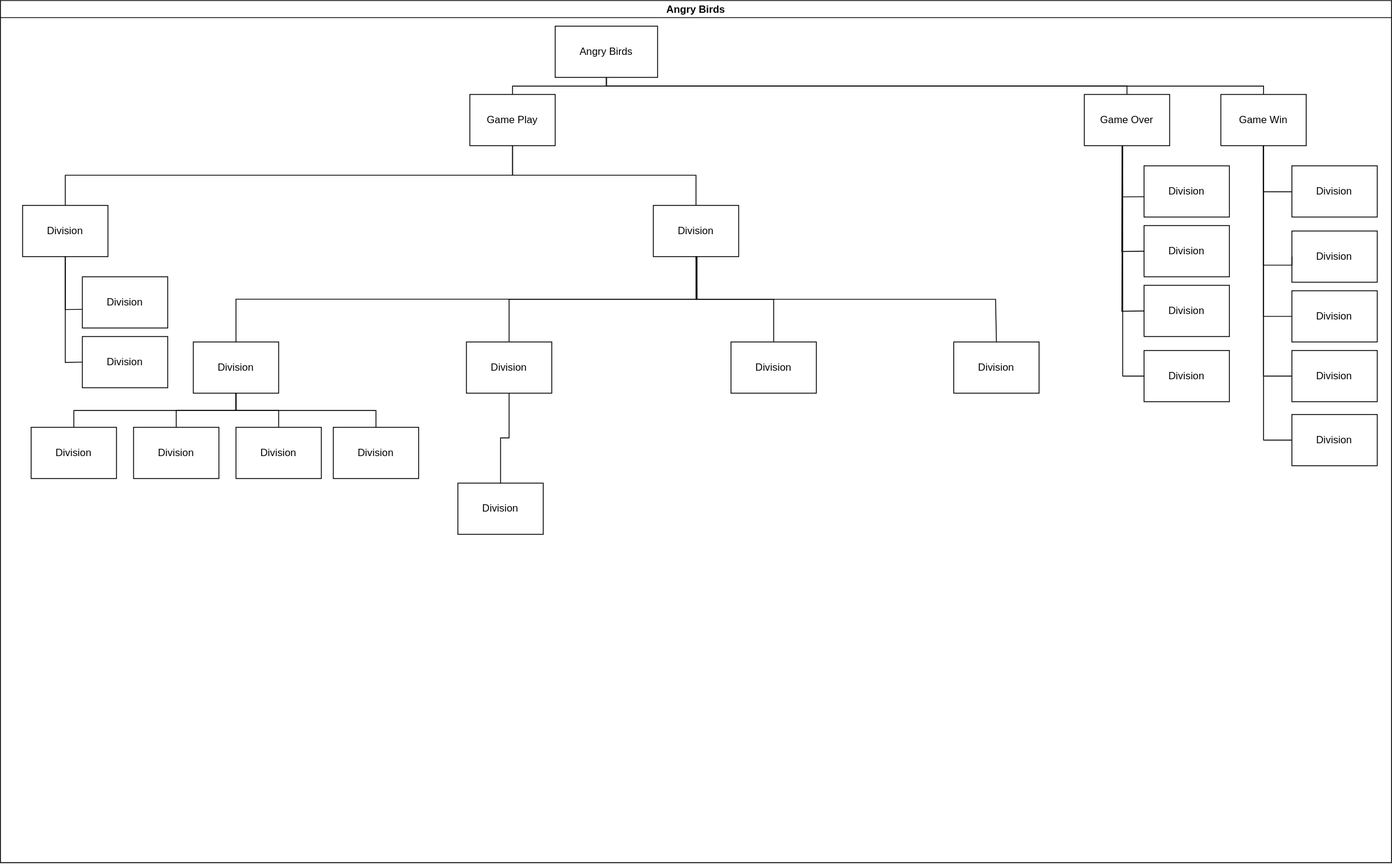
Earlier version of the draw.io export Main-Structure.drawio.svg (king525dev/AngryBirds-NEA). Source tidied: cells renumbered, new cells last; positions are measured from the earlier drawing's top-left corner, leaving out a move shared by most shapes.
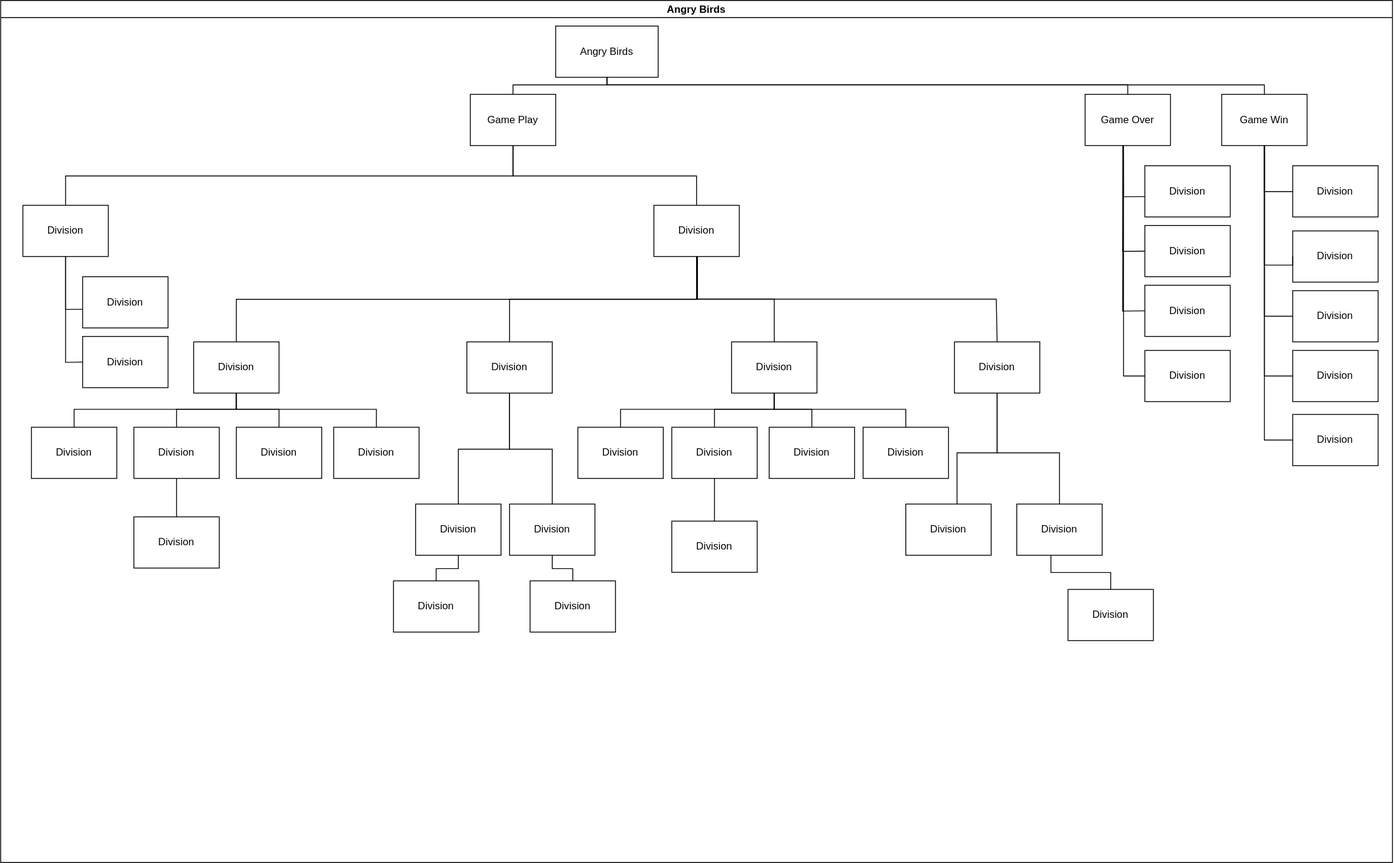
Above is the later version.

What changed in the source:
```diff
@@ -221,10 +221,94 @@
       <mxGeometry relative="1" as="geometry" />
     </mxCell>
     <mxCell id="53" value="Division" style="whiteSpace=wrap;html=1;align=center;verticalAlign=middle;newEdgeStyle={&quot;edgeStyle&quot;:&quot;elbowEdgeStyle&quot;,&quot;startArrow&quot;:&quot;none&quot;,&quot;endArrow&quot;:&quot;none&quot;};" parent="2" vertex="1">
-      <mxGeometry x="536" y="565.4" width="100" height="60" as="geometry" />
+      <mxGeometry x="486" y="590" width="100" height="60" as="geometry" />
     </mxCell>
     <mxCell id="54" style="edgeStyle=elbowEdgeStyle;elbow=vertical;sourcePerimeterSpacing=0;targetPerimeterSpacing=0;startArrow=none;endArrow=none;rounded=0;curved=0;exitX=0.5;exitY=1;exitDx=0;exitDy=0;" parent="2" edge="1" source="40" target="53">
       <mxGeometry relative="1" as="geometry" />
     </mxCell>
+    <mxCell id="55" value="Division" style="whiteSpace=wrap;html=1;align=center;verticalAlign=middle;newEdgeStyle={&quot;edgeStyle&quot;:&quot;elbowEdgeStyle&quot;,&quot;startArrow&quot;:&quot;none&quot;,&quot;endArrow&quot;:&quot;none&quot;};" parent="2" vertex="1">
+      <mxGeometry x="596" y="590" width="100" height="60" as="geometry" />
+    </mxCell>
+    <mxCell id="56" style="edgeStyle=elbowEdgeStyle;elbow=vertical;sourcePerimeterSpacing=0;targetPerimeterSpacing=0;startArrow=none;endArrow=none;rounded=0;curved=0;exitX=0.5;exitY=1;exitDx=0;exitDy=0;" parent="2" edge="1" source="40" target="55">
+      <mxGeometry relative="1" as="geometry" />
+    </mxCell>
+    <mxCell id="57" value="Division" style="whiteSpace=wrap;html=1;align=center;verticalAlign=middle;newEdgeStyle={&quot;edgeStyle&quot;:&quot;elbowEdgeStyle&quot;,&quot;startArrow&quot;:&quot;none&quot;,&quot;endArrow&quot;:&quot;none&quot;};" parent="2" vertex="1">
+      <mxGeometry x="676" y="500" width="100" height="60" as="geometry" />
+    </mxCell>
+    <mxCell id="58" style="edgeStyle=elbowEdgeStyle;elbow=vertical;sourcePerimeterSpacing=0;targetPerimeterSpacing=0;startArrow=none;endArrow=none;rounded=0;curved=0;exitX=0.5;exitY=1;exitDx=0;exitDy=0;" parent="2" edge="1" source="39" target="57">
+      <mxGeometry relative="1" as="geometry" />
+    </mxCell>
+    <mxCell id="59" value="Division" style="whiteSpace=wrap;html=1;align=center;verticalAlign=middle;newEdgeStyle={&quot;edgeStyle&quot;:&quot;elbowEdgeStyle&quot;,&quot;startArrow&quot;:&quot;none&quot;,&quot;endArrow&quot;:&quot;none&quot;};" parent="2" vertex="1">
+      <mxGeometry x="786" y="500" width="100" height="60" as="geometry" />
+    </mxCell>
+    <mxCell id="60" style="edgeStyle=elbowEdgeStyle;elbow=vertical;sourcePerimeterSpacing=0;targetPerimeterSpacing=0;startArrow=none;endArrow=none;rounded=0;curved=0;exitX=0.5;exitY=1;exitDx=0;exitDy=0;" parent="2" edge="1" source="39" target="59">
+      <mxGeometry relative="1" as="geometry" />
+    </mxCell>
+    <mxCell id="61" value="Division" style="whiteSpace=wrap;html=1;align=center;verticalAlign=middle;newEdgeStyle={&quot;edgeStyle&quot;:&quot;elbowEdgeStyle&quot;,&quot;startArrow&quot;:&quot;none&quot;,&quot;endArrow&quot;:&quot;none&quot;};" parent="2" vertex="1">
+      <mxGeometry x="900" y="500" width="100" height="60" as="geometry" />
+    </mxCell>
+    <mxCell id="62" style="edgeStyle=elbowEdgeStyle;elbow=vertical;sourcePerimeterSpacing=0;targetPerimeterSpacing=0;startArrow=none;endArrow=none;rounded=0;curved=0;exitX=0.5;exitY=1;exitDx=0;exitDy=0;" parent="2" edge="1" source="39" target="61">
+      <mxGeometry relative="1" as="geometry" />
+    </mxCell>
+    <mxCell id="63" value="Division" style="whiteSpace=wrap;html=1;align=center;verticalAlign=middle;newEdgeStyle={&quot;edgeStyle&quot;:&quot;elbowEdgeStyle&quot;,&quot;startArrow&quot;:&quot;none&quot;,&quot;endArrow&quot;:&quot;none&quot;};" parent="2" vertex="1">
+      <mxGeometry x="1010" y="500" width="100" height="60" as="geometry" />
+    </mxCell>
+    <mxCell id="64" style="edgeStyle=elbowEdgeStyle;elbow=vertical;sourcePerimeterSpacing=0;targetPerimeterSpacing=0;startArrow=none;endArrow=none;rounded=0;curved=0;exitX=0.5;exitY=1;exitDx=0;exitDy=0;" parent="2" edge="1" source="39" target="63">
+      <mxGeometry relative="1" as="geometry" />
+    </mxCell>
+    <mxCell id="65" value="Division" style="whiteSpace=wrap;html=1;align=center;verticalAlign=middle;newEdgeStyle={&quot;edgeStyle&quot;:&quot;elbowEdgeStyle&quot;,&quot;startArrow&quot;:&quot;none&quot;,&quot;endArrow&quot;:&quot;none&quot;};" parent="2" vertex="1">
+      <mxGeometry x="1060" y="590" width="100" height="60" as="geometry" />
+    </mxCell>
+    <mxCell id="66" style="edgeStyle=elbowEdgeStyle;elbow=vertical;sourcePerimeterSpacing=0;targetPerimeterSpacing=0;startArrow=none;endArrow=none;rounded=0;curved=0;" parent="2" edge="1" target="65">
+      <mxGeometry relative="1" as="geometry">
+        <mxPoint x="1167" y="460" as="sourcePoint" />
+        <Array as="points">
+          <mxPoint x="1120" y="530" />
+        </Array>
+      </mxGeometry>
+    </mxCell>
+    <mxCell id="67" value="Division" style="whiteSpace=wrap;html=1;align=center;verticalAlign=middle;newEdgeStyle={&quot;edgeStyle&quot;:&quot;elbowEdgeStyle&quot;,&quot;startArrow&quot;:&quot;none&quot;,&quot;endArrow&quot;:&quot;none&quot;};" parent="2" vertex="1">
+      <mxGeometry x="1190" y="590" width="100" height="60" as="geometry" />
+    </mxCell>
+    <mxCell id="68" value="Division" style="whiteSpace=wrap;html=1;align=center;verticalAlign=middle;newEdgeStyle={&quot;edgeStyle&quot;:&quot;elbowEdgeStyle&quot;,&quot;startArrow&quot;:&quot;none&quot;,&quot;endArrow&quot;:&quot;none&quot;};" parent="2" vertex="1">
+      <mxGeometry x="156" y="605" width="100" height="60" as="geometry" />
+    </mxCell>
+    <mxCell id="69" style="edgeStyle=elbowEdgeStyle;elbow=vertical;sourcePerimeterSpacing=0;targetPerimeterSpacing=0;startArrow=none;endArrow=none;rounded=0;curved=0;exitX=0.5;exitY=1;exitDx=0;exitDy=0;" parent="2" edge="1" source="47" target="68">
+      <mxGeometry relative="1" as="geometry" />
+    </mxCell>
+    <mxCell id="70" value="Division" style="whiteSpace=wrap;html=1;align=center;verticalAlign=middle;newEdgeStyle={&quot;edgeStyle&quot;:&quot;elbowEdgeStyle&quot;,&quot;startArrow&quot;:&quot;none&quot;,&quot;endArrow&quot;:&quot;none&quot;};" parent="2" vertex="1">
+      <mxGeometry x="460" y="680" width="100" height="60" as="geometry" />
+    </mxCell>
+    <mxCell id="71" style="edgeStyle=elbowEdgeStyle;elbow=vertical;sourcePerimeterSpacing=0;targetPerimeterSpacing=0;startArrow=none;endArrow=none;rounded=0;curved=0;exitX=0.5;exitY=1;exitDx=0;exitDy=0;" parent="2" edge="1" source="53" target="70">
+      <mxGeometry relative="1" as="geometry" />
+    </mxCell>
+    <mxCell id="72" value="Division" style="whiteSpace=wrap;html=1;align=center;verticalAlign=middle;newEdgeStyle={&quot;edgeStyle&quot;:&quot;elbowEdgeStyle&quot;,&quot;startArrow&quot;:&quot;none&quot;,&quot;endArrow&quot;:&quot;none&quot;};" parent="2" vertex="1">
+      <mxGeometry x="620" y="680" width="100" height="60" as="geometry" />
+    </mxCell>
+    <mxCell id="73" style="edgeStyle=elbowEdgeStyle;elbow=vertical;sourcePerimeterSpacing=0;targetPerimeterSpacing=0;startArrow=none;endArrow=none;rounded=0;curved=0;exitX=0.5;exitY=1;exitDx=0;exitDy=0;" parent="2" edge="1" source="55" target="72">
+      <mxGeometry relative="1" as="geometry" />
+    </mxCell>
+    <mxCell id="74" value="Division" style="whiteSpace=wrap;html=1;align=center;verticalAlign=middle;newEdgeStyle={&quot;edgeStyle&quot;:&quot;elbowEdgeStyle&quot;,&quot;startArrow&quot;:&quot;none&quot;,&quot;endArrow&quot;:&quot;none&quot;};" parent="2" vertex="1">
+      <mxGeometry x="786" y="610" width="100" height="60" as="geometry" />
+    </mxCell>
+    <mxCell id="75" style="edgeStyle=elbowEdgeStyle;elbow=vertical;sourcePerimeterSpacing=0;targetPerimeterSpacing=0;startArrow=none;endArrow=none;rounded=0;curved=0;exitX=0.5;exitY=1;exitDx=0;exitDy=0;" parent="2" edge="1" source="59" target="74">
+      <mxGeometry relative="1" as="geometry" />
+    </mxCell>
+    <mxCell id="76" value="Division" style="whiteSpace=wrap;html=1;align=center;verticalAlign=middle;newEdgeStyle={&quot;edgeStyle&quot;:&quot;elbowEdgeStyle&quot;,&quot;startArrow&quot;:&quot;none&quot;,&quot;endArrow&quot;:&quot;none&quot;};" parent="2" vertex="1">
+      <mxGeometry x="1250" y="690" width="100" height="60" as="geometry" />
+    </mxCell>
+    <mxCell id="77" style="edgeStyle=elbowEdgeStyle;elbow=vertical;sourcePerimeterSpacing=0;targetPerimeterSpacing=0;startArrow=none;endArrow=none;rounded=0;curved=0;" parent="2" edge="1" target="76">
+      <mxGeometry relative="1" as="geometry">
+        <mxPoint x="1230" y="650" as="sourcePoint" />
+      </mxGeometry>
+    </mxCell>
+    <mxCell id="78" style="edgeStyle=elbowEdgeStyle;elbow=vertical;sourcePerimeterSpacing=0;targetPerimeterSpacing=0;startArrow=none;endArrow=none;rounded=0;curved=0;" parent="1" edge="1" target="67">
+      <mxGeometry relative="1" as="geometry">
+        <mxPoint x="1167" y="460" as="sourcePoint" />
+        <Array as="points">
+          <mxPoint x="1120" y="530" />
+        </Array>
+      </mxGeometry>
+    </mxCell>
   </root>
 </mxGraphModel>
```
